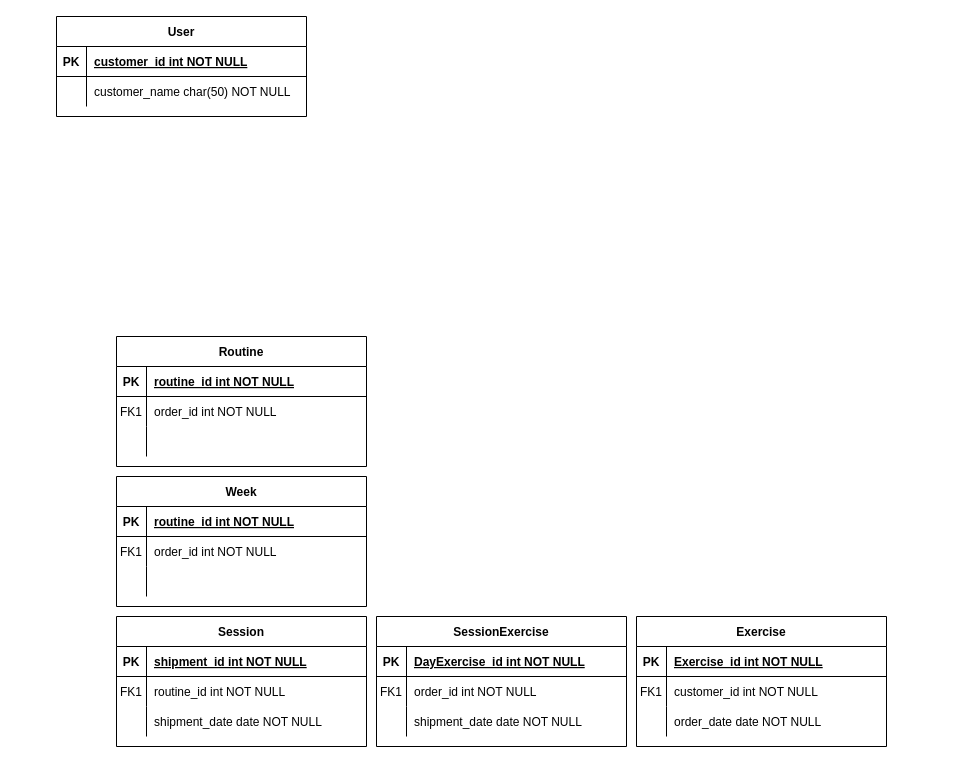
This is Untitled Diagram.drawio from rubeniriso/gym-app-backend, a draw.io file, before an edit. Source tidied: cells renumbered, new cells numbered last; positions are measured from the earlier drawing's top-left corner, leaving out a move shared by most shapes. Both pictures are drawn from the tidied source at 100%, with x=0, y=0 at pixel (56, 16).
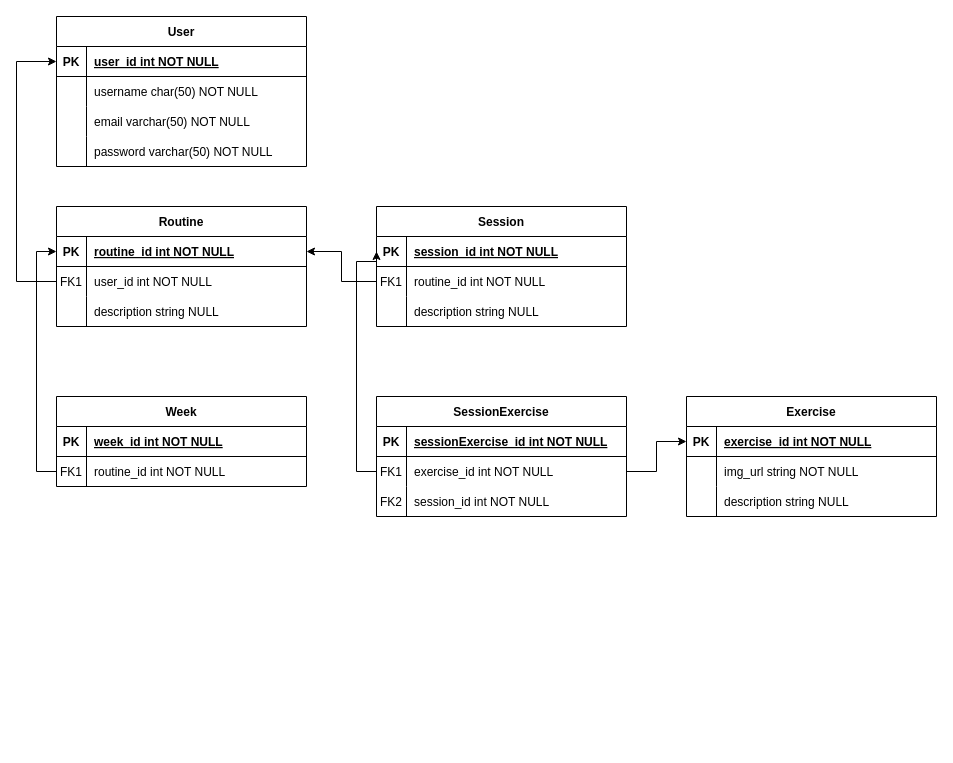
After the change.

Unchanged cells that the change refers to:
```xml
<mxCell id="3" style="shape=partialRectangle;fillColor=none;points=[[0,0.5],[1,0.5]];portConstraint=eastwest;top=0;left=0;right=0;bottom=1;" parent="2" vertex="1">
  <mxGeometry y="30" width="250" height="30" as="geometry" />
</mxCell>
<mxCell id="6" style="shape=partialRectangle;fillColor=none;top=0;left=0;right=0;bottom=0;" parent="2" vertex="1">
  <mxGeometry y="60" width="250" height="30" as="geometry" />
</mxCell>
<mxCell id="9" style="shape=partialRectangle;fillColor=none;top=0;left=0;right=0;bottom=0;" parent="2" vertex="1">
  <mxGeometry y="90" width="250" height="30" as="geometry" />
</mxCell>
<mxCell id="13" style="shape=partialRectangle;fillColor=none;points=[[0,0.5],[1,0.5]];portConstraint=eastwest;top=0;left=0;right=0;bottom=1;" parent="12" vertex="1">
  <mxGeometry y="30" width="250" height="30" as="geometry" />
</mxCell>
<mxCell id="16" style="shape=partialRectangle;fillColor=none;points=[[0,0.5],[1,0.5]];portConstraint=eastwest;top=0;left=0;right=0;bottom=0;" parent="12" vertex="1">
  <mxGeometry y="60" width="250" height="30" as="geometry" />
</mxCell>
<mxCell id="23" style="shape=partialRectangle;fillColor=none;points=[[0,0.5],[1,0.5]];portConstraint=eastwest;top=0;left=0;right=0;bottom=1;" parent="22" vertex="1">
  <mxGeometry y="30" width="250" height="30" as="geometry" />
</mxCell>
<mxCell id="26" style="shape=partialRectangle;fillColor=none;top=0;left=0;right=0;bottom=0;" parent="22" vertex="1">
  <mxGeometry y="60" width="250" height="30" as="geometry" />
</mxCell>
<mxCell id="30" style="shape=partialRectangle;fillColor=none;points=[[0,0.5],[1,0.5]];portConstraint=eastwest;top=0;left=0;right=0;bottom=1;" parent="29" vertex="1">
  <mxGeometry y="30" width="250" height="30" as="geometry" />
</mxCell>
<mxCell id="33" style="shape=partialRectangle;fillColor=none;points=[[0,0.5],[1,0.5]];portConstraint=eastwest;top=0;left=0;right=0;bottom=0;" parent="29" vertex="1">
  <mxGeometry y="60" width="250" height="30" as="geometry" />
</mxCell>
<mxCell id="36" style="shape=partialRectangle;fillColor=none;top=0;left=0;right=0;bottom=0;" parent="29" vertex="1">
  <mxGeometry y="90" width="250" height="30" as="geometry" />
</mxCell>
<mxCell id="40" style="shape=partialRectangle;fillColor=none;top=0;left=0;right=0;bottom=1;" parent="39" vertex="1">
  <mxGeometry y="30" width="250" height="30" as="geometry" />
</mxCell>
<mxCell id="43" style="shape=partialRectangle;fillColor=none;points=[[0,0.5],[1,0.5]];portConstraint=eastwest;top=0;left=0;right=0;bottom=0;" parent="39" vertex="1">
  <mxGeometry y="60" width="250" height="30" as="geometry" />
</mxCell>
<mxCell id="46" style="shape=partialRectangle;fillColor=none;top=0;left=0;right=0;bottom=0;" parent="39" vertex="1">
  <mxGeometry y="90" width="250" height="30" as="geometry" />
</mxCell>
<mxCell id="50" style="shape=partialRectangle;fillColor=none;top=0;left=0;right=0;bottom=1;" parent="49" vertex="1">
  <mxGeometry y="30" width="250" height="30" as="geometry" />
</mxCell>
<mxCell id="53" style="shape=partialRectangle;fillColor=none;points=[[0,0.5],[1,0.5]];portConstraint=eastwest;top=0;left=0;right=0;bottom=0;" parent="49" vertex="1">
  <mxGeometry y="60" width="250" height="30" as="geometry" />
</mxCell>
```

Diff of the diagram source:
```diff
@@
     <mxCell id="2" value="Exercise" style="shape=table;startSize=30;childLayout=tableLayout;rowLines=0;fontStyle=1;align=center;" parent="1" vertex="1">
-      <mxGeometry x="580" y="600" width="250" height="130" as="geometry" />
+      <mxGeometry x="630" y="380" width="250" height="120" as="geometry" />
     </mxCell>
@@
-    <mxCell id="5" value="Exercise_id int NOT NULL " style="shape=partialRectangle;overflow=hidden;fillColor=none;top=0;left=0;bottom=0;right=0;align=left;spacingLeft=6;fontStyle=5;" parent="3" vertex="1">
+    <mxCell id="5" value="exercise_id int NOT NULL " style="shape=partialRectangle;overflow=hidden;fillColor=none;top=0;left=0;bottom=0;right=0;align=left;spacingLeft=6;fontStyle=5;" parent="3" vertex="1">
       <mxGeometry x="30" width="220" height="30" as="geometry" />
     </mxCell>
@@
-    <mxCell id="7" value="FK1" style="shape=partialRectangle;overflow=hidden;fillColor=none;top=0;left=0;bottom=0;right=0;" parent="6" vertex="1">
+    <mxCell id="7" style="shape=partialRectangle;overflow=hidden;fillColor=none;top=0;left=0;bottom=0;right=0;" parent="6" vertex="1">
       <mxGeometry width="30" height="30" as="geometry" />
     </mxCell>
-    <mxCell id="8" value="customer_id int NOT NULL" style="shape=partialRectangle;overflow=hidden;fillColor=none;top=0;left=0;bottom=0;right=0;align=left;spacingLeft=6;" parent="6" vertex="1">
+    <mxCell id="8" value="img_url string NOT NULL" style="shape=partialRectangle;overflow=hidden;fillColor=none;top=0;left=0;bottom=0;right=0;align=left;spacingLeft=6;" parent="6" vertex="1">
       <mxGeometry x="30" width="220" height="30" as="geometry" />
     </mxCell>
@@
-    <mxCell id="11" value="order_date date NOT NULL" style="shape=partialRectangle;overflow=hidden;fillColor=none;top=0;left=0;bottom=0;right=0;align=left;spacingLeft=6;" parent="9" vertex="1">
+    <mxCell id="11" value="description string NULL" style="shape=partialRectangle;overflow=hidden;fillColor=none;top=0;left=0;bottom=0;right=0;align=left;spacingLeft=6;" parent="9" vertex="1">
       <mxGeometry x="30" width="220" height="30" as="geometry" />
     </mxCell>
+    <mxCell id="59" style="edgeStyle=orthogonalEdgeStyle;rounded=0;jettySize=auto;html=1;entryX=0;entryY=0.5;entryDx=0;entryDy=0;exitX=0;exitY=0.5;exitDx=0;exitDy=0;" parent="1" edge="1" source="16" target="23">
+      <mxGeometry relative="1" as="geometry">
+        <Array as="points">
+          <mxPoint x="-40" y="265" />
+          <mxPoint x="-40" y="45" />
+        </Array>
+      </mxGeometry>
+    </mxCell>
     <mxCell id="12" value="Routine" style="shape=table;startSize=30;childLayout=tableLayout;rowLines=0;fontStyle=1;align=center;" parent="1" vertex="1">
-      <mxGeometry x="60" y="320" width="250" height="130" as="geometry" />
+      <mxGeometry y="190" width="250" height="120" as="geometry" />
     </mxCell>
@@
-    <mxCell id="18" value="order_id int NOT NULL" style="shape=partialRectangle;overflow=hidden;fillColor=none;top=0;left=0;bottom=0;right=0;align=left;spacingLeft=6;" parent="16" vertex="1">
+    <mxCell id="18" value="user_id int NOT NULL" style="shape=partialRectangle;overflow=hidden;fillColor=none;top=0;left=0;bottom=0;right=0;align=left;spacingLeft=6;" parent="16" vertex="1">
       <mxGeometry x="30" width="220" height="30" as="geometry" />
     </mxCell>
@@
     <mxCell id="22" value="User" style="shape=table;startSize=30;childLayout=tableLayout;rowLines=0;fontStyle=1;align=center;" parent="1" vertex="1">
-      <mxGeometry width="250" height="100" as="geometry" />
+      <mxGeometry width="250" height="150" as="geometry" />
     </mxCell>
@@
-    <mxCell id="25" value="customer_id int NOT NULL " style="shape=partialRectangle;overflow=hidden;fillColor=none;top=0;left=0;bottom=0;right=0;align=left;spacingLeft=6;fontStyle=5;" parent="23" vertex="1">
+    <mxCell id="25" value="user_id int NOT NULL " style="shape=partialRectangle;overflow=hidden;fillColor=none;top=0;left=0;bottom=0;right=0;align=left;spacingLeft=6;fontStyle=5;" parent="23" vertex="1">
       <mxGeometry x="30" width="220" height="30" as="geometry" />
     </mxCell>
@@
-    <mxCell id="28" value="customer_name char(50) NOT NULL" style="shape=partialRectangle;overflow=hidden;fillColor=none;top=0;left=0;bottom=0;right=0;align=left;spacingLeft=6;" parent="26" vertex="1">
+    <mxCell id="28" value="username char(50) NOT NULL" style="shape=partialRectangle;overflow=hidden;fillColor=none;top=0;left=0;bottom=0;right=0;align=left;spacingLeft=6;" parent="26" vertex="1">
       <mxGeometry x="30" width="220" height="30" as="geometry" />
     </mxCell>
+    <mxCell id="56" style="shape=partialRectangle;fillColor=none;top=0;left=0;right=0;bottom=0;" parent="22" vertex="1">
+      <mxGeometry y="90" width="250" height="30" as="geometry" />
+    </mxCell>
+    <mxCell id="60" style="shape=partialRectangle;overflow=hidden;fillColor=none;top=0;left=0;bottom=0;right=0;" parent="56" vertex="1">
+      <mxGeometry width="30" height="30" as="geometry" />
+    </mxCell>
+    <mxCell id="61" value="email varchar(50) NOT NULL" style="shape=partialRectangle;overflow=hidden;fillColor=none;top=0;left=0;bottom=0;right=0;align=left;spacingLeft=6;" parent="56" vertex="1">
+      <mxGeometry x="30" width="220" height="30" as="geometry" />
+    </mxCell>
+    <mxCell id="62" style="shape=partialRectangle;fillColor=none;top=0;left=0;right=0;bottom=0;" parent="22" vertex="1">
+      <mxGeometry y="120" width="250" height="30" as="geometry" />
+    </mxCell>
+    <mxCell id="63" style="shape=partialRectangle;overflow=hidden;fillColor=none;top=0;left=0;bottom=0;right=0;" parent="62" vertex="1">
+      <mxGeometry width="30" height="30" as="geometry" />
+    </mxCell>
+    <mxCell id="64" value="password varchar(50) NOT NULL" style="shape=partialRectangle;overflow=hidden;fillColor=none;top=0;left=0;bottom=0;right=0;align=left;spacingLeft=6;" parent="62" vertex="1">
+      <mxGeometry x="30" width="220" height="30" as="geometry" />
+    </mxCell>
+    <mxCell id="65" style="edgeStyle=orthogonalEdgeStyle;rounded=0;jettySize=auto;html=1;entryX=1;entryY=0.5;entryDx=0;entryDy=0;exitX=0;exitY=0.5;exitDx=0;exitDy=0;" parent="1" edge="1" source="33" target="13">
+      <mxGeometry relative="1" as="geometry" />
+    </mxCell>
     <mxCell id="29" value="Session" style="shape=table;startSize=30;childLayout=tableLayout;rowLines=0;fontStyle=1;align=center;" parent="1" vertex="1">
-      <mxGeometry x="60" y="600" width="250" height="130" as="geometry" />
+      <mxGeometry x="320" y="190" width="250" height="120" as="geometry" />
     </mxCell>
@@
-    <mxCell id="32" value="shipment_id int NOT NULL " style="shape=partialRectangle;overflow=hidden;fillColor=none;top=0;left=0;bottom=0;right=0;align=left;spacingLeft=6;fontStyle=5;" parent="30" vertex="1">
+    <mxCell id="32" value="session_id int NOT NULL " style="shape=partialRectangle;overflow=hidden;fillColor=none;top=0;left=0;bottom=0;right=0;align=left;spacingLeft=6;fontStyle=5;" parent="30" vertex="1">
       <mxGeometry x="30" width="220" height="30" as="geometry" />
     </mxCell>
@@
-    <mxCell id="38" value="shipment_date date NOT NULL" style="shape=partialRectangle;overflow=hidden;fillColor=none;top=0;left=0;bottom=0;right=0;align=left;spacingLeft=6;" parent="36" vertex="1">
+    <mxCell id="38" value="description string NULL" style="shape=partialRectangle;overflow=hidden;fillColor=none;top=0;left=0;bottom=0;right=0;align=left;spacingLeft=6;" parent="36" vertex="1">
       <mxGeometry x="30" width="220" height="30" as="geometry" />
     </mxCell>
+    <mxCell id="66" style="edgeStyle=orthogonalEdgeStyle;rounded=0;jettySize=auto;html=1;entryX=0;entryY=0.5;entryDx=0;entryDy=0;exitX=0;exitY=0.5;exitDx=0;exitDy=0;" parent="1" edge="1" source="43" target="30">
+      <mxGeometry relative="1" as="geometry">
+        <Array as="points">
+          <mxPoint x="300" y="455" />
+          <mxPoint x="300" y="245" />
+        </Array>
+      </mxGeometry>
+    </mxCell>
     <mxCell id="39" value="SessionExercise" style="shape=table;startSize=30;childLayout=tableLayout;rowLines=0;fontStyle=1;align=center;" parent="1" vertex="1">
-      <mxGeometry x="320" y="600" width="250" height="130" as="geometry" />
+      <mxGeometry x="320" y="380" width="250" height="120" as="geometry" />
     </mxCell>
@@
-    <mxCell id="42" value="DayExercise_id int NOT NULL " style="shape=partialRectangle;overflow=hidden;fillColor=none;top=0;left=0;bottom=0;right=0;align=left;spacingLeft=6;fontStyle=5;" parent="40" vertex="1">
+    <mxCell id="42" value="sessionExercise_id int NOT NULL " style="shape=partialRectangle;overflow=hidden;fillColor=none;top=0;left=0;bottom=0;right=0;align=left;spacingLeft=6;fontStyle=5;" parent="40" vertex="1">
       <mxGeometry x="30" width="220" height="30" as="geometry" />
     </mxCell>
@@
-    <mxCell id="45" value="order_id int NOT NULL" style="shape=partialRectangle;overflow=hidden;fillColor=none;top=0;left=0;bottom=0;right=0;align=left;spacingLeft=6;" parent="43" vertex="1">
+    <mxCell id="45" value="exercise_id int NOT NULL" style="shape=partialRectangle;overflow=hidden;fillColor=none;top=0;left=0;bottom=0;right=0;align=left;spacingLeft=6;" parent="43" vertex="1">
       <mxGeometry x="30" width="220" height="30" as="geometry" />
     </mxCell>
@@
-    <mxCell id="47" style="shape=partialRectangle;overflow=hidden;fillColor=none;top=0;left=0;bottom=0;right=0;" parent="46" vertex="1">
+    <mxCell id="47" value="FK2" style="shape=partialRectangle;overflow=hidden;fillColor=none;top=0;left=0;bottom=0;right=0;" parent="46" vertex="1">
       <mxGeometry width="30" height="30" as="geometry" />
     </mxCell>
-    <mxCell id="48" value="shipment_date date NOT NULL" style="shape=partialRectangle;overflow=hidden;fillColor=none;top=0;left=0;bottom=0;right=0;align=left;spacingLeft=6;" parent="46" vertex="1">
+    <mxCell id="48" value="session_id int NOT NULL" style="shape=partialRectangle;overflow=hidden;fillColor=none;top=0;left=0;bottom=0;right=0;align=left;spacingLeft=6;" parent="46" vertex="1">
       <mxGeometry x="30" width="220" height="30" as="geometry" />
     </mxCell>
     <mxCell id="49" value="Week" style="shape=table;startSize=30;childLayout=tableLayout;rowLines=0;fontStyle=1;align=center;" parent="1" vertex="1">
-      <mxGeometry x="60" y="460" width="250" height="130" as="geometry" />
+      <mxGeometry y="380" width="250" height="90" as="geometry" />
     </mxCell>
@@
-    <mxCell id="52" value="routine_id int NOT NULL " style="shape=partialRectangle;overflow=hidden;fillColor=none;top=0;left=0;bottom=0;right=0;align=left;spacingLeft=6;fontStyle=5;" parent="50" vertex="1">
+    <mxCell id="52" value="week_id int NOT NULL " style="shape=partialRectangle;overflow=hidden;fillColor=none;top=0;left=0;bottom=0;right=0;align=left;spacingLeft=6;fontStyle=5;" parent="50" vertex="1">
       <mxGeometry x="30" width="220" height="30" as="geometry" />
     </mxCell>
@@
-    <mxCell id="55" value="order_id int NOT NULL" style="shape=partialRectangle;overflow=hidden;fillColor=none;top=0;left=0;bottom=0;right=0;align=left;spacingLeft=6;" parent="53" vertex="1">
+    <mxCell id="55" value="routine_id int NOT NULL" style="shape=partialRectangle;overflow=hidden;fillColor=none;top=0;left=0;bottom=0;right=0;align=left;spacingLeft=6;" parent="53" vertex="1">
       <mxGeometry x="30" width="220" height="30" as="geometry" />
     </mxCell>
-    <mxCell id="56" style="shape=partialRectangle;fillColor=none;top=0;left=0;right=0;bottom=0;" parent="49" vertex="1">
-      <mxGeometry y="90" width="250" height="30" as="geometry" />
-    </mxCell>
-    <mxCell id="57" style="shape=partialRectangle;overflow=hidden;fillColor=none;top=0;left=0;bottom=0;right=0;" parent="56" vertex="1">
-      <mxGeometry width="30" height="30" as="geometry" />
-    </mxCell>
-    <mxCell id="58" style="shape=partialRectangle;overflow=hidden;fillColor=none;top=0;left=0;bottom=0;right=0;align=left;spacingLeft=6;" parent="56" vertex="1">
-      <mxGeometry x="30" width="220" height="30" as="geometry" />
-    </mxCell>
+    <mxCell id="67" value="description string NULL" style="shape=partialRectangle;overflow=hidden;fillColor=none;top=0;left=0;bottom=0;right=0;align=left;spacingLeft=6;" parent="1" vertex="1">
+      <mxGeometry x="30" y="280" width="220" height="30" as="geometry" />
+    </mxCell>
+    <mxCell id="68" style="edgeStyle=orthogonalEdgeStyle;rounded=0;jettySize=auto;html=1;entryX=0;entryY=0.5;entryDx=0;entryDy=0;" parent="1" edge="1" source="53" target="13">
+      <mxGeometry relative="1" as="geometry" />
+    </mxCell>
+    <mxCell id="69" style="edgeStyle=orthogonalEdgeStyle;rounded=0;jettySize=auto;html=1;entryX=0;entryY=0.5;entryDx=0;entryDy=0;" parent="1" edge="1" source="43" target="3">
+      <mxGeometry relative="1" as="geometry" />
+    </mxCell>
```
